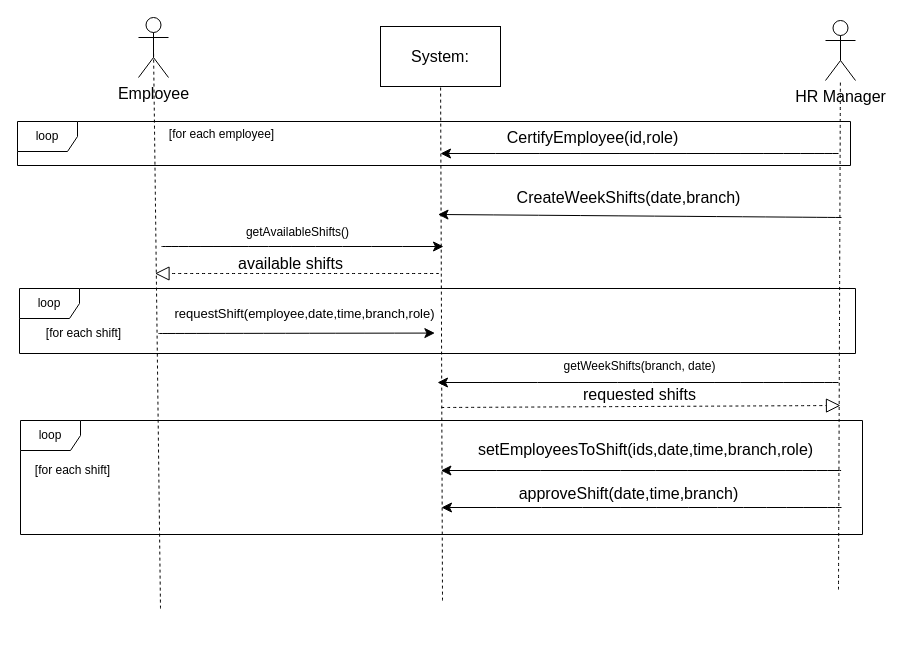
Before: page "1.B" (1 of 7) of docs/Diagrams/1.B + 2.B - UseCaseAssignToShift.drawio in ADSS-GROUP-M/ADSS_GROUP_M, a draw.io diagram. Source tidied: cells renumbered, new cells numbered last; positions are measured from the earlier drawing's top-left corner, leaving out a move shared by most shapes. Both pictures are drawn from the tidied source at 100%, with x=0, y=0 at pixel (17, 17).
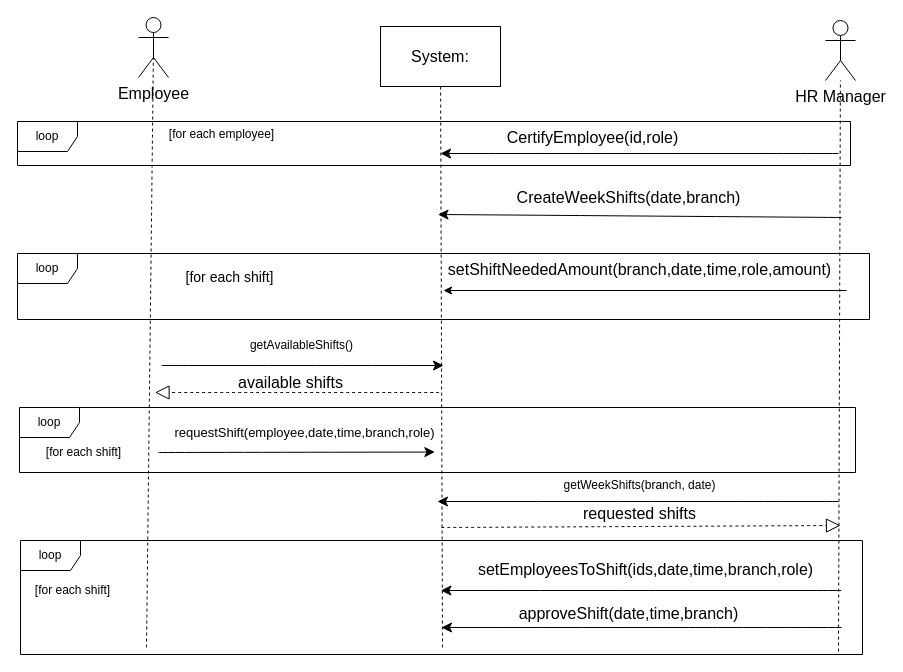
The same page after the edit.

The change refers to these unchanged cells:
```xml
<mxCell id="2" value="Employee" style="shape=umlActor;verticalLabelPosition=bottom;verticalAlign=top;html=1;outlineConnect=0;fontSize=16;fontStyle=0;" parent="1" vertex="1">
  <mxGeometry x="121" width="30" height="60" as="geometry" />
</mxCell>
<mxCell id="3" value="HR Manager" style="shape=umlActor;verticalLabelPosition=bottom;verticalAlign=top;html=1;outlineConnect=0;fontSize=16;" parent="1" vertex="1">
  <mxGeometry x="808" y="3" width="30" height="60" as="geometry" />
</mxCell>
<mxCell id="4" value="System:" style="rounded=0;whiteSpace=wrap;html=1;fontSize=16;fontStyle=0;" parent="1" vertex="1">
  <mxGeometry x="363" y="9" width="120" height="60" as="geometry" />
</mxCell>
```

What changed in the source:
```diff
@@
     <mxCell id="5" style="endArrow=none;dashed=1;html=1;rounded=0;fontSize=12;startSize=8;endSize=8;curved=1;entryX=0.5;entryY=0.5;entryDx=0;entryDy=0;entryPerimeter=0;fontStyle=1;" parent="1" edge="1" target="2">
       <mxGeometry relative="1" as="geometry">
-        <mxPoint x="143" y="591" as="sourcePoint" />
+        <mxPoint x="129" y="630" as="sourcePoint" />
       </mxGeometry>
     </mxCell>
     <mxCell id="6" style="endArrow=none;dashed=1;html=1;rounded=0;fontSize=12;startSize=8;endSize=8;curved=1;" parent="1" edge="1" target="4">
       <mxGeometry relative="1" as="geometry">
-        <mxPoint x="425" y="583" as="sourcePoint" />
+        <mxPoint x="425" y="630" as="sourcePoint" />
       </mxGeometry>
     </mxCell>
     <mxCell id="7" style="endArrow=none;dashed=1;html=1;rounded=0;fontSize=12;startSize=8;endSize=8;curved=1;" parent="1" edge="1" target="3">
       <mxGeometry relative="1" as="geometry">
-        <mxPoint x="821" y="572" as="sourcePoint" />
+        <mxPoint x="821" y="634" as="sourcePoint" />
       </mxGeometry>
     </mxCell>
@@
     <mxCell id="12" style="endArrow=classic;html=1;rounded=0;fontSize=12;startSize=8;endSize=8;curved=1;entryX=0.969;entryY=1.199;entryDx=0;entryDy=0;entryPerimeter=0;" parent="1" edge="1" target="14">
       <mxGeometry relative="1" as="geometry">
-        <mxPoint x="141" y="316" as="sourcePoint" />
+        <mxPoint x="141" y="435" as="sourcePoint" />
       </mxGeometry>
     </mxCell>
     <mxCell id="13" style="endArrow=classic;html=1;rounded=0;fontSize=12;startSize=8;endSize=8;curved=1;" parent="1" edge="1">
       <mxGeometry relative="1" as="geometry">
-        <mxPoint x="823.6" y="453" as="sourcePoint" />
-        <mxPoint x="423.4" y="453" as="targetPoint" />
+        <mxPoint x="823.6" y="573" as="sourcePoint" />
+        <mxPoint x="423.4" y="573" as="targetPoint" />
       </mxGeometry>
     </mxCell>
     <mxCell id="14" value="requestShift(employee,date,time,branch,role)" style="text;html=1;align=center;verticalAlign=middle;points=[];strokeColor=none;fillColor=none;fontSize=13;fontStyle=0;" parent="1" vertex="1">
-      <mxGeometry x="148" y="282" width="278" height="28" as="geometry" />
+      <mxGeometry x="148" y="401" width="278" height="28" as="geometry" />
     </mxCell>
     <mxCell id="15" value="setEmployeesToShift(ids,date,time,branch,role)" style="text;html=1;align=center;verticalAlign=middle;strokeColor=none;fillColor=none;fontSize=16;" parent="1" vertex="1">
-      <mxGeometry x="451" y="416" width="353" height="31" as="geometry" />
+      <mxGeometry x="451" y="536" width="353" height="31" as="geometry" />
     </mxCell>
     <mxCell id="16" style="endArrow=classic;html=1;rounded=0;fontSize=12;startSize=8;endSize=8;curved=1;" parent="1" edge="1">
       <mxGeometry relative="1" as="geometry">
-        <mxPoint x="824" y="490" as="sourcePoint" />
-        <mxPoint x="424" y="490" as="targetPoint" />
+        <mxPoint x="824" y="610" as="sourcePoint" />
+        <mxPoint x="424" y="610" as="targetPoint" />
       </mxGeometry>
     </mxCell>
     <mxCell id="17" value="approveShift(date,time,branch)" style="text;html=1;align=center;verticalAlign=middle;strokeColor=none;fillColor=none;fontSize=16;" parent="1" vertex="1">
-      <mxGeometry x="492" y="460" width="238" height="31" as="geometry" />
+      <mxGeometry x="492" y="580" width="238" height="31" as="geometry" />
     </mxCell>
     <mxCell id="18" style="endArrow=block;dashed=1;endFill=0;endSize=12;html=1;rounded=0;fontSize=12;curved=1;" parent="1" edge="1">
       <mxGeometry relative="1" as="geometry">
-        <mxPoint x="421.5" y="256" as="sourcePoint" />
-        <mxPoint x="137.5" y="256" as="targetPoint" />
+        <mxPoint x="421.5" y="375" as="sourcePoint" />
+        <mxPoint x="137.5" y="375" as="targetPoint" />
       </mxGeometry>
     </mxCell>
     <mxCell id="19" value="available shifts" style="text;html=1;align=center;verticalAlign=middle;strokeColor=none;fillColor=none;fontSize=16;" parent="1" vertex="1">
-      <mxGeometry x="211" y="230" width="123" height="31" as="geometry" />
+      <mxGeometry x="211" y="349" width="123" height="31" as="geometry" />
     </mxCell>
     <mxCell id="20" style="endArrow=block;dashed=1;endFill=0;endSize=12;html=1;rounded=0;fontSize=12;curved=1;" parent="1" edge="1">
       <mxGeometry relative="1" as="geometry">
-        <mxPoint x="424" y="390" as="sourcePoint" />
-        <mxPoint x="823" y="388" as="targetPoint" />
+        <mxPoint x="424" y="510" as="sourcePoint" />
+        <mxPoint x="823" y="508" as="targetPoint" />
       </mxGeometry>
     </mxCell>
     <mxCell id="21" value="requested shifts" style="text;html=1;align=center;verticalAlign=middle;strokeColor=none;fillColor=none;fontSize=16;" parent="1" vertex="1">
-      <mxGeometry x="556.5" y="361" width="131" height="31" as="geometry" />
+      <mxGeometry x="556.5" y="480" width="131" height="31" as="geometry" />
     </mxCell>
     <mxCell id="22" value="loop" style="shape=umlFrame;whiteSpace=wrap;html=1;" parent="1" vertex="1">
-      <mxGeometry x="3" y="403" width="842" height="114" as="geometry" />
+      <mxGeometry x="3" y="523" width="842" height="114" as="geometry" />
     </mxCell>
     <mxCell id="23" value="[for each shift]" style="text;html=1;align=center;verticalAlign=middle;strokeColor=none;fillColor=none;" parent="1" vertex="1">
-      <mxGeometry x="8" y="440" width="93" height="26" as="geometry" />
+      <mxGeometry x="8" y="560" width="93" height="26" as="geometry" />
     </mxCell>
     <mxCell id="24" style="endArrow=classic;html=1;rounded=0;fontSize=12;startSize=8;endSize=8;curved=1;" parent="1" edge="1">
       <mxGeometry relative="1" as="geometry">
-        <mxPoint x="144" y="229" as="sourcePoint" />
-        <mxPoint x="426" y="229" as="targetPoint" />
+        <mxPoint x="144" y="348" as="sourcePoint" />
+        <mxPoint x="426" y="348" as="targetPoint" />
       </mxGeometry>
     </mxCell>
     <mxCell id="25" value="getAvailableShifts()" style="text;html=1;align=center;verticalAlign=middle;strokeColor=none;fillColor=none;" parent="1" vertex="1">
-      <mxGeometry x="219" y="202" width="121" height="26" as="geometry" />
+      <mxGeometry x="223" y="315" width="121" height="26" as="geometry" />
     </mxCell>
     <mxCell id="26" style="endArrow=classic;html=1;rounded=0;fontSize=12;startSize=8;endSize=8;curved=1;" parent="1" edge="1">
       <mxGeometry relative="1" as="geometry">
-        <mxPoint x="821" y="365" as="sourcePoint" />
-        <mxPoint x="420" y="365" as="targetPoint" />
+        <mxPoint x="821" y="484" as="sourcePoint" />
+        <mxPoint x="420" y="484" as="targetPoint" />
       </mxGeometry>
     </mxCell>
     <mxCell id="27" value="getWeekShifts(branch, date)" style="text;html=1;align=center;verticalAlign=middle;strokeColor=none;fillColor=none;" parent="1" vertex="1">
-      <mxGeometry x="537" y="336" width="170" height="26" as="geometry" />
+      <mxGeometry x="537" y="455" width="170" height="26" as="geometry" />
     </mxCell>
     <mxCell id="28" value="loop" style="shape=umlFrame;whiteSpace=wrap;html=1;" parent="1" vertex="1">
-      <mxGeometry x="2" y="271" width="836" height="65" as="geometry" />
+      <mxGeometry x="2" y="390" width="836" height="65" as="geometry" />
     </mxCell>
     <mxCell id="29" value="[for each shift]" style="text;html=1;align=center;verticalAlign=middle;strokeColor=none;fillColor=none;" parent="1" vertex="1">
-      <mxGeometry x="19" y="303" width="93" height="26" as="geometry" />
+      <mxGeometry x="19" y="422" width="93" height="26" as="geometry" />
     </mxCell>
@@
+    <mxCell id="32" style="endArrow=classic;html=1;rounded=0;" parent="1" edge="1">
+      <mxGeometry relative="1" as="geometry">
+        <mxPoint x="829" y="273" as="sourcePoint" />
+        <mxPoint x="426" y="273" as="targetPoint" />
+      </mxGeometry>
+    </mxCell>
+    <mxCell id="33" value="&lt;font size=&quot;3&quot;&gt;setShiftNeededAmount(branch,date,time,role,amount)&lt;/font&gt;" style="text;html=1;align=center;verticalAlign=middle;strokeColor=none;fillColor=none;" parent="1" vertex="1">
+      <mxGeometry x="421.5" y="236" width="401" height="31" as="geometry" />
+    </mxCell>
+    <mxCell id="34" value="loop" style="shape=umlFrame;whiteSpace=wrap;html=1;" parent="1" vertex="1">
+      <mxGeometry y="236" width="852" height="66" as="geometry" />
+    </mxCell>
+    <mxCell id="35" value="&lt;font style=&quot;font-size: 14px;&quot;&gt;[for each shift]&lt;/font&gt;" style="text;html=1;align=center;verticalAlign=middle;strokeColor=none;fillColor=none;" parent="1" vertex="1">
+      <mxGeometry x="159" y="245" width="106" height="29" as="geometry" />
+    </mxCell>
```
